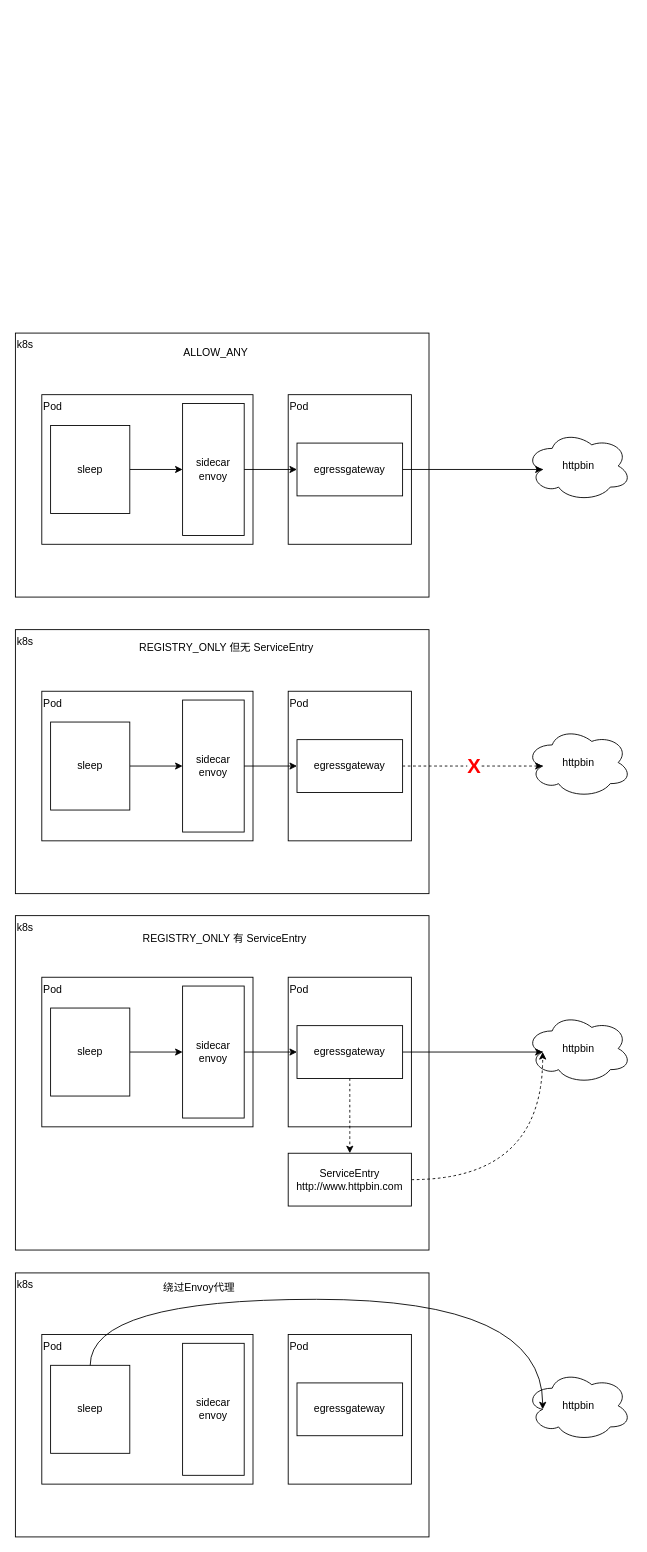
Before: istio-egress策略.drawio in catface996/images, a draw.io diagram. Source tidied: cells renumbered, new cells numbered last; positions are measured from the earlier drawing's top-left corner, leaving out a move shared by most shapes. Both pictures are drawn from the tidied source at 88%, with x=0, y=0 at pixel (15, 333).
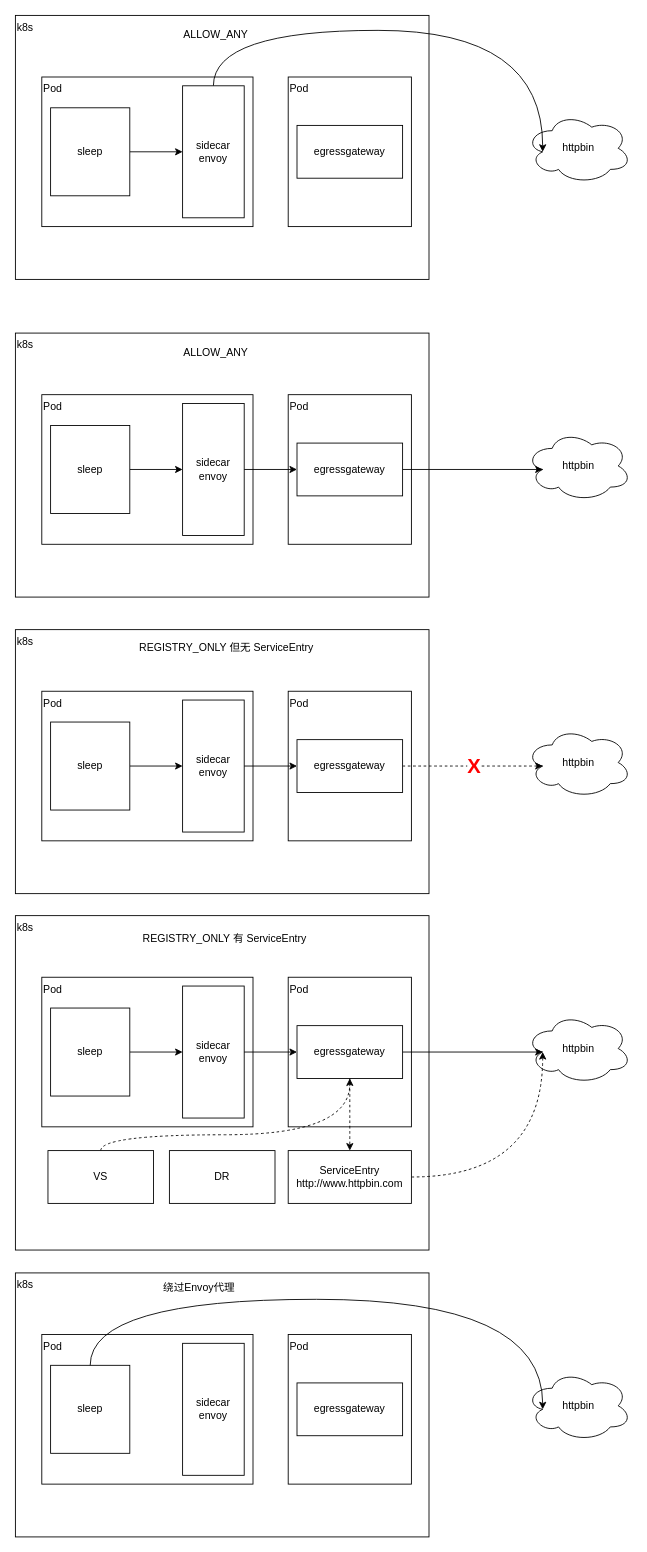
Above is the later version.

The change refers to these unchanged cells:
```xml
<mxCell id="31" value="egressgateway" style="rounded=0;whiteSpace=wrap;html=1;" parent="1" vertex="1">
  <mxGeometry x="320" y="787" width="120" height="60" as="geometry" />
</mxCell>
```

Diff of the diagram source:
```diff
@@
     <mxCell id="34" value="ServiceEntry&lt;br&gt;http://www.httpbin.com" style="rounded=0;whiteSpace=wrap;html=1;align=center;" parent="1" vertex="1">
-      <mxGeometry x="310" y="932" width="140" height="60" as="geometry" />
+      <mxGeometry x="310" y="929" width="140" height="60" as="geometry" />
     </mxCell>
@@
+    <mxCell id="48" value="k8s" style="rounded=0;whiteSpace=wrap;html=1;align=left;verticalAlign=top;" parent="1" vertex="1">
+      <mxGeometry y="-361" width="470" height="300" as="geometry" />
+    </mxCell>
+    <mxCell id="49" value="httpbin" style="ellipse;shape=cloud;whiteSpace=wrap;html=1;" parent="1" vertex="1">
+      <mxGeometry x="580" y="-250" width="120" height="80" as="geometry" />
+    </mxCell>
+    <mxCell id="50" value="Pod" style="rounded=0;whiteSpace=wrap;html=1;align=left;verticalAlign=top;" parent="1" vertex="1">
+      <mxGeometry x="30" y="-291" width="240" height="170" as="geometry" />
+    </mxCell>
+    <mxCell id="51" style="edgeStyle=orthogonalEdgeStyle;rounded=0;jettySize=auto;html=1;entryX=0;entryY=0.5;entryDx=0;entryDy=0;" parent="1" edge="1" source="52" target="54">
+      <mxGeometry relative="1" as="geometry" />
+    </mxCell>
+    <mxCell id="52" value="sleep" style="rounded=0;whiteSpace=wrap;html=1;" parent="1" vertex="1">
+      <mxGeometry x="40" y="-256" width="90" height="100" as="geometry" />
+    </mxCell>
+    <mxCell id="53" style="edgeStyle=orthogonalEdgeStyle;rounded=0;jettySize=auto;html=1;entryX=0.16;entryY=0.55;entryDx=0;entryDy=0;entryPerimeter=0;curved=1;" parent="1" edge="1" source="54" target="49">
+      <mxGeometry relative="1" as="geometry">
+        <Array as="points">
+          <mxPoint x="225" y="-344" />
+          <mxPoint x="599" y="-344" />
+        </Array>
+      </mxGeometry>
+    </mxCell>
+    <mxCell id="54" value="sidecar&lt;br&gt;envoy" style="rounded=0;whiteSpace=wrap;html=1;" parent="1" vertex="1">
+      <mxGeometry x="190" y="-281" width="70" height="150" as="geometry" />
+    </mxCell>
+    <mxCell id="55" value="Pod" style="rounded=0;whiteSpace=wrap;html=1;verticalAlign=top;align=left;" parent="1" vertex="1">
+      <mxGeometry x="310" y="-291" width="140" height="170" as="geometry" />
+    </mxCell>
+    <mxCell id="56" value="egressgateway" style="rounded=0;whiteSpace=wrap;html=1;" parent="1" vertex="1">
+      <mxGeometry x="320" y="-236" width="120" height="60" as="geometry" />
+    </mxCell>
+    <mxCell id="57" value="ALLOW_ANY" style="text;html=1;strokeColor=none;fillColor=none;align=center;verticalAlign=middle;whiteSpace=wrap;rounded=0;" parent="1" vertex="1">
+      <mxGeometry x="198" y="-354" width="60" height="30" as="geometry" />
+    </mxCell>
+    <mxCell id="58" style="edgeStyle=orthogonalEdgeStyle;curved=1;rounded=0;jettySize=auto;html=1;entryX=0.5;entryY=1;entryDx=0;entryDy=0;dashed=1;" parent="1" edge="1" source="59" target="31">
+      <mxGeometry relative="1" as="geometry">
+        <Array as="points">
+          <mxPoint x="97" y="911" />
+          <mxPoint x="380" y="911" />
+        </Array>
+      </mxGeometry>
+    </mxCell>
+    <mxCell id="59" value="VS" style="rounded=0;whiteSpace=wrap;html=1;" parent="1" vertex="1">
+      <mxGeometry x="37" y="929" width="120" height="60" as="geometry" />
+    </mxCell>
+    <mxCell id="60" value="DR" style="rounded=0;whiteSpace=wrap;html=1;" parent="1" vertex="1">
+      <mxGeometry x="175" y="929" width="120" height="60" as="geometry" />
+    </mxCell>
```
